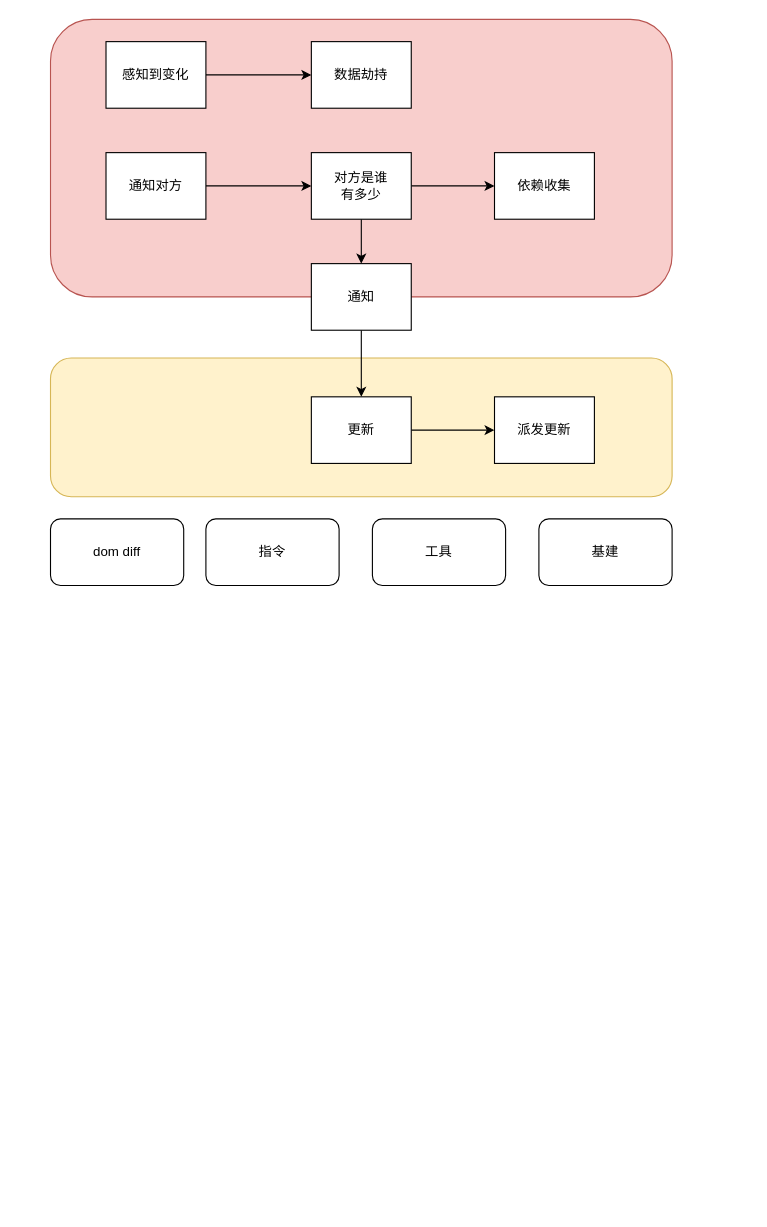
1061313113/DrawIO keeps this draw.io diagram as vue源码.drawio. Above is the earlier version. Source tidied: cells renumbered, new cells numbered last; positions are measured from the earlier drawing's top-left corner, leaving out a move shared by most shapes. Both pictures are drawn from the tidied source at 111%, with x=0, y=0 at pixel (50, 19).
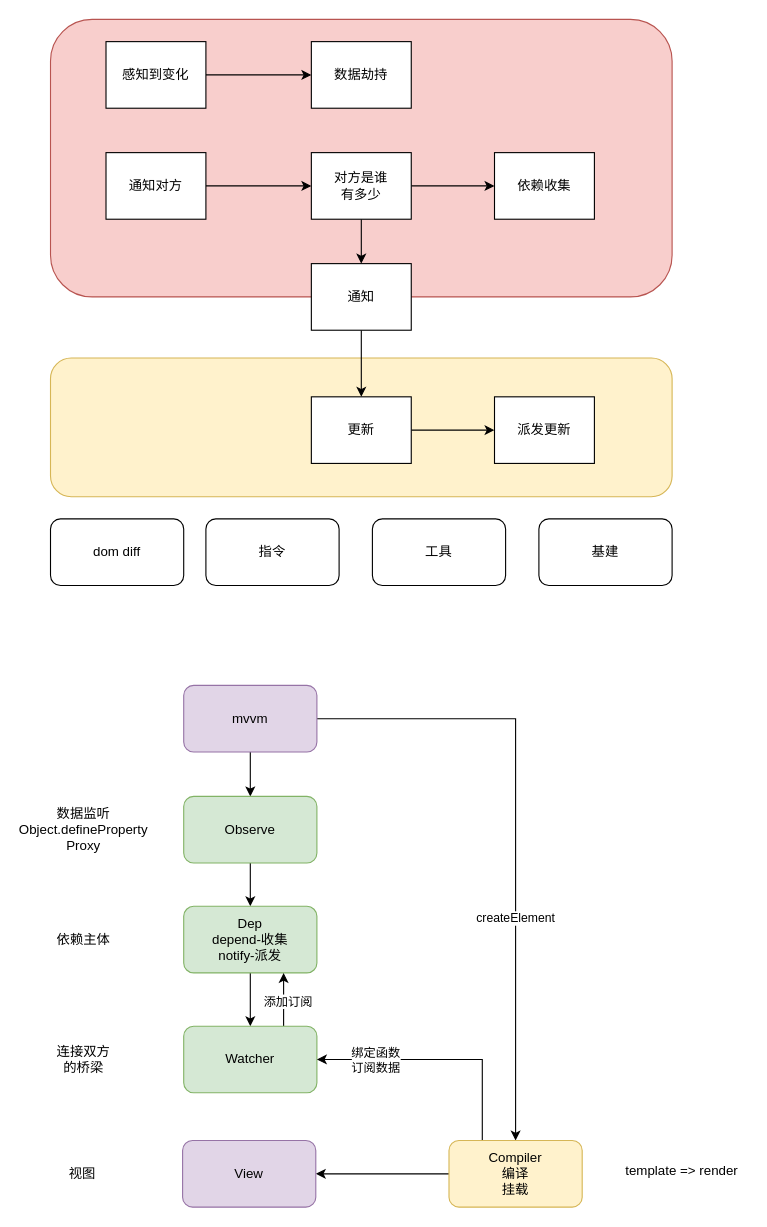
The same page after the edit.

Change to the diagram source:
```diff
@@
+    <mxCell id="22" style="edgeStyle=orthogonalEdgeStyle;rounded=0;jettySize=auto;html=1;" parent="1" edge="1" source="25" target="27">
+      <mxGeometry relative="1" as="geometry" />
+    </mxCell>
+    <mxCell id="23" style="edgeStyle=orthogonalEdgeStyle;rounded=0;jettySize=auto;html=1;" parent="1" edge="1" source="25" target="36">
+      <mxGeometry relative="1" as="geometry" />
+    </mxCell>
+    <mxCell id="24" value="createElement" style="edgeLabel;html=1;align=center;verticalAlign=middle;" parent="23" vertex="1">
+      <mxGeometry x="0.28" y="-1" relative="1" as="geometry" />
+    </mxCell>
+    <mxCell id="25" value="mvvm" style="rounded=1;whiteSpace=wrap;html=1;fillColor=#e1d5e7;strokeColor=#9673a6;" parent="1" vertex="1">
+      <mxGeometry x="120" y="600" width="120" height="60" as="geometry" />
+    </mxCell>
+    <mxCell id="26" style="edgeStyle=orthogonalEdgeStyle;rounded=0;jettySize=auto;html=1;" parent="1" edge="1" source="27" target="29">
+      <mxGeometry relative="1" as="geometry" />
+    </mxCell>
+    <mxCell id="27" value="Observe" style="whiteSpace=wrap;html=1;rounded=1;fillColor=#d5e8d4;strokeColor=#82b366;" parent="1" vertex="1">
+      <mxGeometry x="120" y="700" width="120" height="60" as="geometry" />
+    </mxCell>
+    <mxCell id="28" style="edgeStyle=orthogonalEdgeStyle;rounded=0;jettySize=auto;html=1;" parent="1" edge="1" source="29" target="32">
+      <mxGeometry relative="1" as="geometry" />
+    </mxCell>
+    <mxCell id="29" value="Dep&lt;div&gt;depend-收集&lt;/div&gt;&lt;div&gt;notify-派发&lt;/div&gt;" style="whiteSpace=wrap;html=1;rounded=1;fillColor=#d5e8d4;strokeColor=#82b366;" parent="1" vertex="1">
+      <mxGeometry x="120" y="799" width="120" height="60" as="geometry" />
+    </mxCell>
+    <mxCell id="30" style="edgeStyle=orthogonalEdgeStyle;rounded=0;jettySize=auto;html=1;exitX=0.75;exitY=0;exitDx=0;exitDy=0;entryX=0.75;entryY=1;entryDx=0;entryDy=0;" parent="1" edge="1" source="32" target="29">
+      <mxGeometry relative="1" as="geometry" />
+    </mxCell>
+    <mxCell id="31" value="添加订阅" style="edgeLabel;html=1;align=center;verticalAlign=middle;" parent="30" vertex="1">
+      <mxGeometry x="-0.06" y="-3" relative="1" as="geometry" />
+    </mxCell>
+    <mxCell id="32" value="Watcher" style="whiteSpace=wrap;html=1;rounded=1;fillColor=#d5e8d4;strokeColor=#82b366;" parent="1" vertex="1">
+      <mxGeometry x="120" y="907" width="120" height="60" as="geometry" />
+    </mxCell>
+    <mxCell id="33" style="edgeStyle=orthogonalEdgeStyle;rounded=0;jettySize=auto;html=1;" parent="1" edge="1" source="36" target="37">
+      <mxGeometry relative="1" as="geometry" />
+    </mxCell>
+    <mxCell id="34" style="edgeStyle=orthogonalEdgeStyle;rounded=0;jettySize=auto;html=1;exitX=0.25;exitY=0;exitDx=0;exitDy=0;entryX=1;entryY=0.5;entryDx=0;entryDy=0;" parent="1" edge="1" source="36" target="32">
+      <mxGeometry relative="1" as="geometry" />
+    </mxCell>
+    <mxCell id="35" value="绑定函数&lt;div&gt;订阅数据&lt;/div&gt;" style="edgeLabel;html=1;align=center;verticalAlign=middle;" parent="34" vertex="1">
+      <mxGeometry x="0.53" relative="1" as="geometry" />
+    </mxCell>
+    <mxCell id="36" value="Compiler&lt;div&gt;编译&lt;/div&gt;&lt;div&gt;挂载&lt;/div&gt;" style="whiteSpace=wrap;html=1;rounded=1;fillColor=#fff2cc;strokeColor=#d6b656;" parent="1" vertex="1">
+      <mxGeometry x="359" y="1010" width="120" height="60" as="geometry" />
+    </mxCell>
+    <mxCell id="37" value="View" style="whiteSpace=wrap;html=1;rounded=1;fillColor=#e1d5e7;strokeColor=#9673a6;" parent="1" vertex="1">
+      <mxGeometry x="119" y="1010" width="120" height="60" as="geometry" />
+    </mxCell>
+    <mxCell id="38" value="数据监听&lt;div&gt;Object.defineProperty&lt;/div&gt;&lt;div&gt;Proxy&lt;/div&gt;" style="text;html=1;whiteSpace=wrap;strokeColor=none;fillColor=none;align=center;verticalAlign=middle;rounded=0;" parent="1" vertex="1">
+      <mxGeometry y="715" width="60" height="30" as="geometry" />
+    </mxCell>
+    <mxCell id="39" value="依赖主体" style="text;html=1;whiteSpace=wrap;strokeColor=none;fillColor=none;align=center;verticalAlign=middle;rounded=0;" parent="1" vertex="1">
+      <mxGeometry y="814" width="60" height="30" as="geometry" />
+    </mxCell>
+    <mxCell id="40" value="连接双方的桥梁" style="text;html=1;whiteSpace=wrap;strokeColor=none;fillColor=none;align=center;verticalAlign=middle;rounded=0;" parent="1" vertex="1">
+      <mxGeometry y="922" width="60" height="30" as="geometry" />
+    </mxCell>
+    <mxCell id="41" value="视图" style="text;html=1;whiteSpace=wrap;strokeColor=none;fillColor=none;align=center;verticalAlign=middle;rounded=0;" parent="1" vertex="1">
+      <mxGeometry x="-1" y="1025" width="60" height="30" as="geometry" />
+    </mxCell>
+    <mxCell id="42" value="template =&amp;gt; render" style="text;html=1;whiteSpace=wrap;strokeColor=none;fillColor=none;align=center;verticalAlign=middle;rounded=0;" parent="1" vertex="1">
+      <mxGeometry x="509" y="1025" width="120" height="25" as="geometry" />
+    </mxCell>
```
